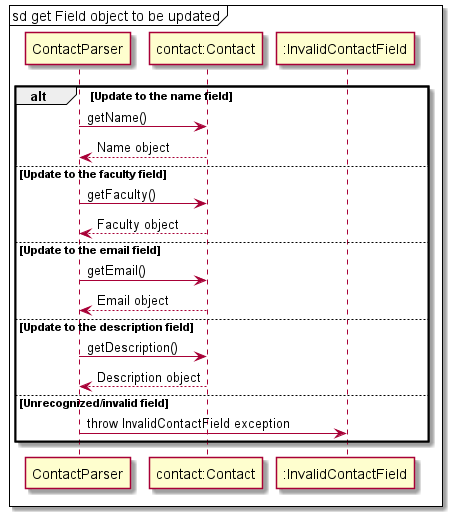
nus-cs2113-AY2122S2/tp keeps this PlantUML diagram as docs/images/ContactSetFieldsSequenceSubdiagram.png. Above is the earlier version.
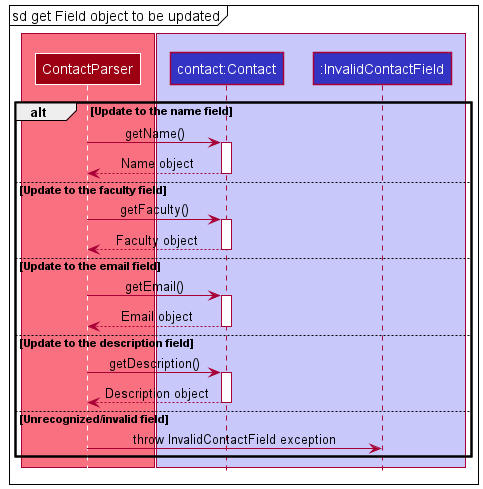
Above is the later version.

Commit message:
Update DG for contacts with class diagram

Diff of the diagram source:
```diff
@@ -1,17 +1,36 @@
 @startuml
+!include Style.puml
+
+box  MODEL_COLOR_T1
+participant  "ContactParser" <<class>> MODEL_COLOR
+end box
+
+box LOGIC_COLOR_T1
+participant "contact:Contact" LOGIC_COLOR
+participant ":InvalidContactField" LOGIC_COLOR
+end box
+
 mainframe sd get Field object to be updated
-alt Update to the name field
+alt #00000000 Update to the name field
     "ContactParser" -> "contact:Contact" : getName()
+    activate "contact:Contact"
     "contact:Contact" --> "ContactParser" : Name object
+    deactivate "contact:Contact"
 else Update to the faculty field
     "ContactParser" -> "contact:Contact" : getFaculty()
+    activate "contact:Contact"
     "contact:Contact" --> "ContactParser" : Faculty object
+    deactivate "contact:Contact"
 else Update to the email field
     "ContactParser" -> "contact:Contact" : getEmail()
+    activate "contact:Contact"
     "contact:Contact" --> "ContactParser" : Email object
+    deactivate "contact:Contact"
 else Update to the description field
     "ContactParser" -> "contact:Contact" : getDescription()
+    activate "contact:Contact"
     "contact:Contact" --> "ContactParser" : Description object
+    deactivate "contact:Contact"
 else Unrecognized/invalid field
     "ContactParser" -> ":InvalidContactField" : throw InvalidContactField exception
 end
```
